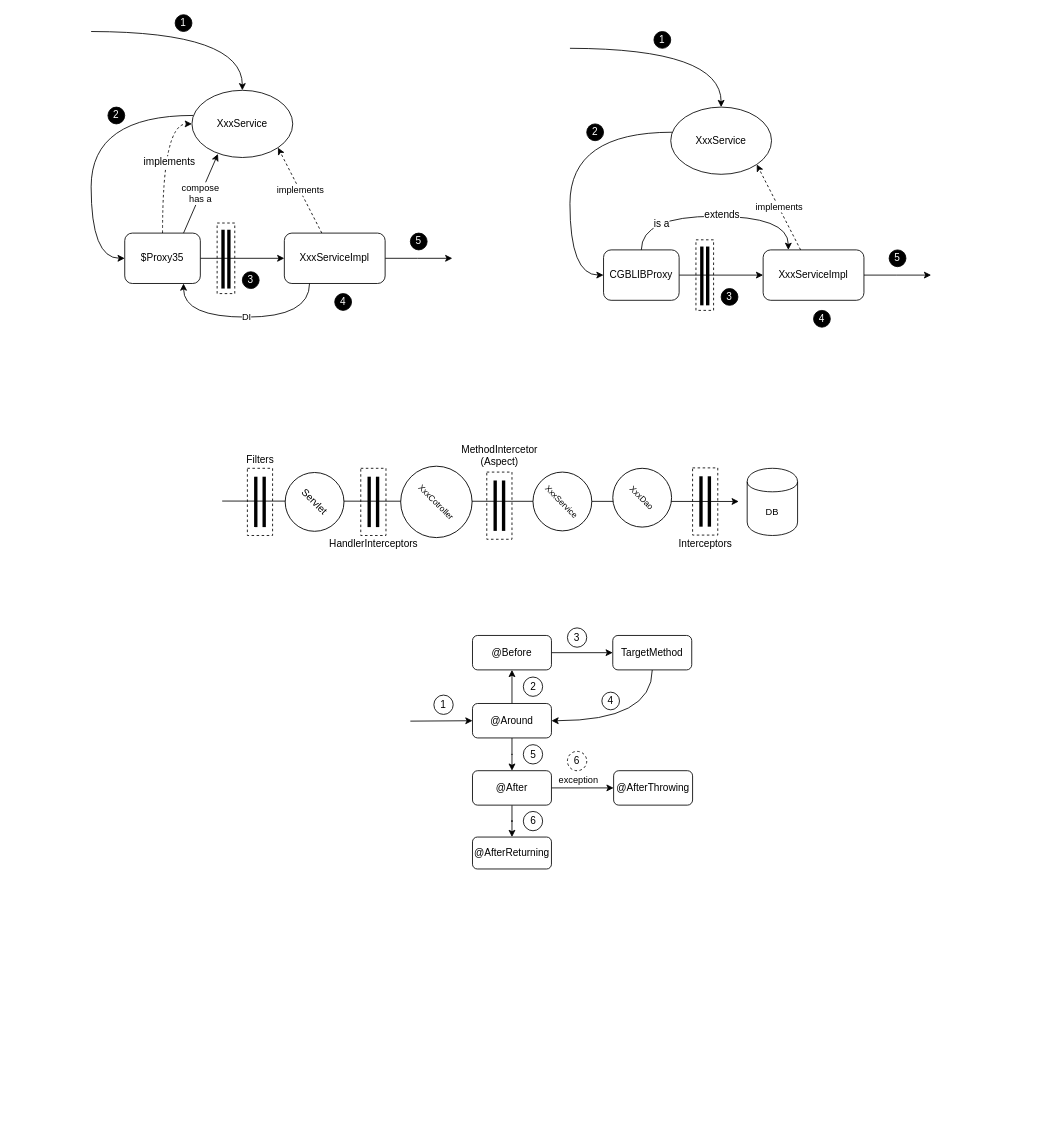
Above: AOP.drawio in Mark-Lee-AK/drawio (draw.io), before the change. Source tidied: cells renumbered, new cells numbered last; positions are measured from the earlier drawing's top-left corner, leaving out a move shared by most shapes. Both pictures are drawn from the tidied source at 84%, with x=0, y=0 at pixel (91, 14).
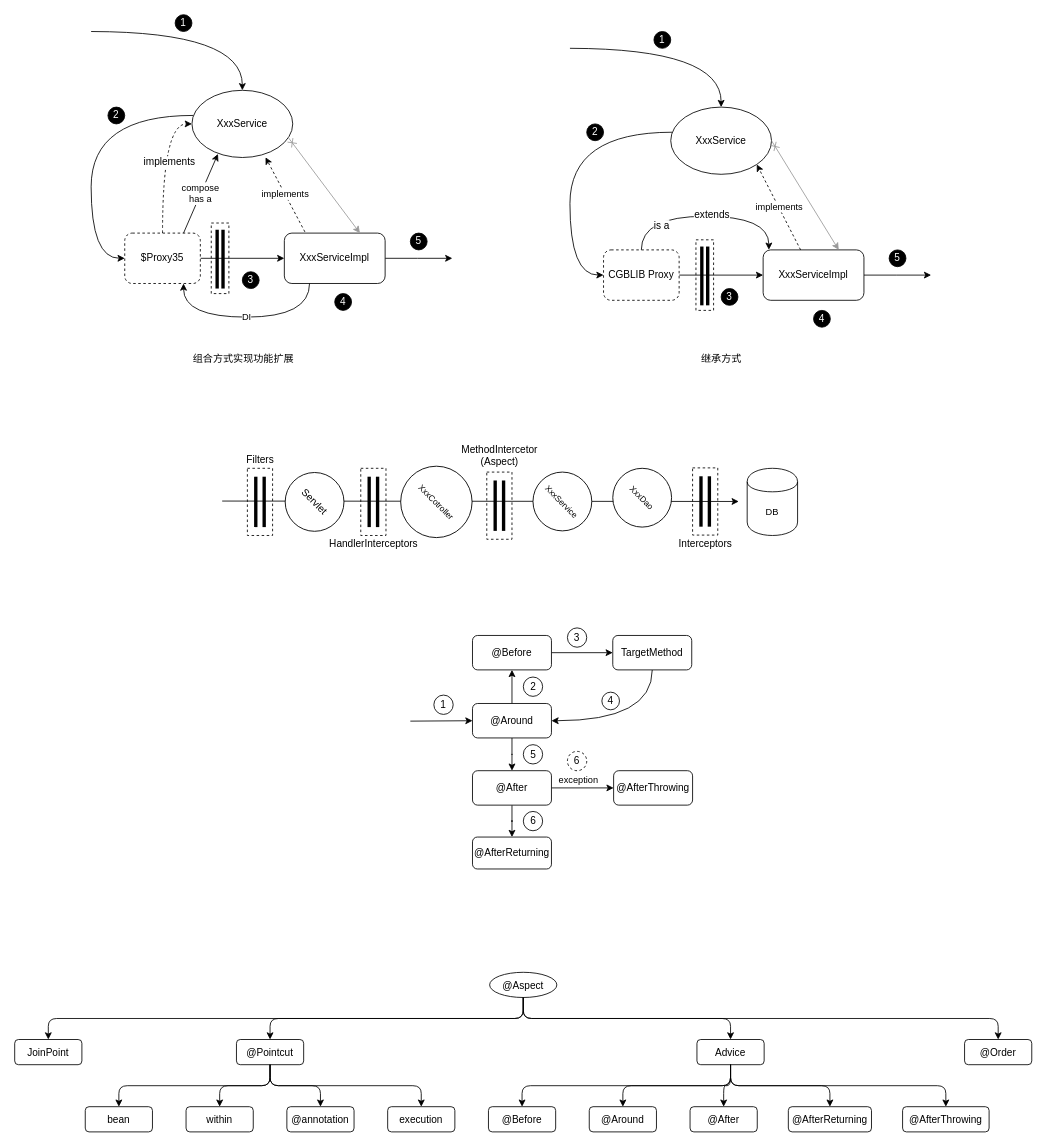
The same page after the edit.

Unchanged cells that the change refers to:
```xml
<mxCell id="11" value="XxxServiceImpl" style="rounded=1;whiteSpace=wrap;html=1;" parent="1" vertex="1">
  <mxGeometry x="230" y="260" width="120" height="60" as="geometry" />
</mxCell>
<mxCell id="13" value="XxxService" style="ellipse;whiteSpace=wrap;html=1;" parent="1" vertex="1">
  <mxGeometry x="120" y="90" width="120" height="80" as="geometry" />
</mxCell>
<mxCell id="31" value="XxxServiceImpl" style="rounded=1;whiteSpace=wrap;html=1;" parent="1" vertex="1">
  <mxGeometry x="800" y="280" width="120" height="60" as="geometry" />
</mxCell>
<mxCell id="33" value="XxxService" style="ellipse;whiteSpace=wrap;html=1;" parent="1" vertex="1">
  <mxGeometry x="690" y="110" width="120" height="80" as="geometry" />
</mxCell>
```

What changed in the source:
```diff
@@
     <mxCell id="6" style="rounded=0;whiteSpace=wrap;html=1;dashed=1;" parent="1" vertex="1">
-      <mxGeometry x="150" y="248" width="21" height="84" as="geometry" />
+      <mxGeometry x="143" y="248" width="21" height="84" as="geometry" />
     </mxCell>
     <mxCell id="7" style="endArrow=none;html=1;strokeWidth=4;" parent="1" edge="1">
       <mxGeometry relative="1" as="geometry">
-        <mxPoint x="157" y="326" as="sourcePoint" />
-        <mxPoint x="157" y="256" as="targetPoint" />
+        <mxPoint x="150" y="326" as="sourcePoint" />
+        <mxPoint x="150" y="256" as="targetPoint" />
       </mxGeometry>
     </mxCell>
     <mxCell id="8" style="endArrow=none;html=1;strokeWidth=4;" parent="1" edge="1">
       <mxGeometry relative="1" as="geometry">
-        <mxPoint x="164" y="326" as="sourcePoint" />
-        <mxPoint x="164" y="256" as="targetPoint" />
+        <mxPoint x="157" y="326" as="sourcePoint" />
+        <mxPoint x="157" y="256" as="targetPoint" />
       </mxGeometry>
     </mxCell>
-    <mxCell id="9" value="implements" style="rounded=0;jettySize=auto;html=1;entryX=1;entryY=1;entryDx=0;entryDy=0;dashed=1;" parent="1" edge="1" source="11" target="13">
+    <mxCell id="9" value="implements" style="rounded=0;jettySize=auto;html=1;entryX=0.73;entryY=0.997;entryDx=0;entryDy=0;dashed=1;entryPerimeter=0;exitX=0.204;exitY=-0.024;exitDx=0;exitDy=0;exitPerimeter=0;" parent="1" edge="1" source="11" target="13">
       <mxGeometry relative="1" as="geometry" />
     </mxCell>
@@
-    <mxCell id="17" value="$Proxy35" style="rounded=1;whiteSpace=wrap;html=1;" parent="1" vertex="1">
+    <mxCell id="17" value="$Proxy35" style="rounded=1;whiteSpace=wrap;html=1;dashed=1;" parent="1" vertex="1">
       <mxGeometry x="40" y="260" width="90" height="60" as="geometry" />
     </mxCell>
@@
-    <mxCell id="35" style="edgeStyle=orthogonalEdgeStyle;curved=1;rounded=0;jettySize=auto;html=1;entryX=0.25;entryY=0;entryDx=0;entryDy=0;startArrow=none;startFill=0;endArrow=classic;endFill=1;strokeWidth=1;exitX=0.5;exitY=0;exitDx=0;exitDy=0;" parent="1" edge="1" source="38" target="31">
+    <mxCell id="35" style="edgeStyle=orthogonalEdgeStyle;curved=1;rounded=0;jettySize=auto;html=1;entryX=0.057;entryY=-0.003;entryDx=0;entryDy=0;startArrow=none;startFill=0;endArrow=classic;endFill=1;strokeWidth=1;exitX=0.5;exitY=0;exitDx=0;exitDy=0;entryPerimeter=0;" parent="1" edge="1" source="38" target="31">
       <mxGeometry relative="1" as="geometry">
         <Array as="points">
           <mxPoint x="655" y="240" />
-          <mxPoint x="830" y="240" />
+          <mxPoint x="807" y="240" />
         </Array>
       </mxGeometry>
     </mxCell>
@@
-    <mxCell id="38" value="CGBLIBProxy" style="rounded=1;whiteSpace=wrap;html=1;" parent="1" vertex="1">
+    <mxCell id="38" value="CGBLIB Proxy" style="rounded=1;whiteSpace=wrap;html=1;dashed=1;" parent="1" vertex="1">
       <mxGeometry x="610" y="280" width="90" height="60" as="geometry" />
     </mxCell>
@@
+    <mxCell id="84" value="@Aspect" style="ellipse;" parent="1" vertex="1">
+      <mxGeometry x="474.4" y="1140" width="80" height="30" as="geometry" />
+    </mxCell>
+    <mxCell id="85" value="JoinPoint" style="rounded=1;" parent="1" vertex="1">
+      <mxGeometry x="-91" y="1220" width="80" height="30" as="geometry" />
+    </mxCell>
+    <mxCell id="86" style="edgeStyle=elbowEdgeStyle;elbow=vertical;" parent="1" edge="1" source="84" target="85">
+      <mxGeometry relative="1" as="geometry" />
+    </mxCell>
+    <mxCell id="87" value="@Pointcut" style="rounded=1;" parent="1" vertex="1">
+      <mxGeometry x="173" y="1220" width="80" height="30" as="geometry" />
+    </mxCell>
+    <mxCell id="88" style="edgeStyle=elbowEdgeStyle;elbow=vertical;" parent="1" edge="1" source="84" target="87">
+      <mxGeometry relative="1" as="geometry" />
+    </mxCell>
+    <mxCell id="89" value="Advice" style="rounded=1;" parent="1" vertex="1">
+      <mxGeometry x="721.2" y="1220" width="80" height="30" as="geometry" />
+    </mxCell>
+    <mxCell id="90" style="edgeStyle=elbowEdgeStyle;elbow=vertical;" parent="1" edge="1" source="84" target="89">
+      <mxGeometry relative="1" as="geometry" />
+    </mxCell>
+    <mxCell id="91" value="@Order" style="rounded=1;" parent="1" vertex="1">
+      <mxGeometry x="1039.8" y="1220" width="80" height="30" as="geometry" />
+    </mxCell>
+    <mxCell id="92" style="edgeStyle=elbowEdgeStyle;elbow=vertical;" parent="1" edge="1" source="84" target="91">
+      <mxGeometry relative="1" as="geometry" />
+    </mxCell>
+    <mxCell id="93" value="@Before" style="rounded=1;" parent="1" vertex="1">
+      <mxGeometry x="473" y="1300" width="80" height="30" as="geometry" />
+    </mxCell>
+    <mxCell id="94" style="edgeStyle=elbowEdgeStyle;elbow=vertical;" parent="1" edge="1" source="89" target="93">
+      <mxGeometry relative="1" as="geometry" />
+    </mxCell>
+    <mxCell id="95" value="@Around" style="rounded=1;" parent="1" vertex="1">
+      <mxGeometry x="593" y="1300" width="80" height="30" as="geometry" />
+    </mxCell>
+    <mxCell id="96" style="edgeStyle=elbowEdgeStyle;elbow=vertical;" parent="1" edge="1" source="89" target="95">
+      <mxGeometry relative="1" as="geometry" />
+    </mxCell>
+    <mxCell id="97" value="@After" style="rounded=1;" parent="1" vertex="1">
+      <mxGeometry x="713" y="1300" width="80" height="30" as="geometry" />
+    </mxCell>
+    <mxCell id="98" style="edgeStyle=elbowEdgeStyle;elbow=vertical;" parent="1" edge="1" source="89" target="97">
+      <mxGeometry relative="1" as="geometry" />
+    </mxCell>
+    <mxCell id="99" value="@AfterReturning" style="rounded=1;" parent="1" vertex="1">
+      <mxGeometry x="830" y="1300" width="99" height="30" as="geometry" />
+    </mxCell>
+    <mxCell id="100" style="edgeStyle=elbowEdgeStyle;elbow=vertical;" parent="1" edge="1" source="89" target="99">
+      <mxGeometry relative="1" as="geometry" />
+    </mxCell>
+    <mxCell id="101" value="@AfterThrowing" style="rounded=1;" parent="1" vertex="1">
+      <mxGeometry x="966" y="1300" width="103" height="30" as="geometry" />
+    </mxCell>
+    <mxCell id="102" style="edgeStyle=elbowEdgeStyle;elbow=vertical;" parent="1" edge="1" source="89" target="101">
+      <mxGeometry relative="1" as="geometry" />
+    </mxCell>
+    <mxCell id="103" value="bean" style="rounded=1;" parent="1" vertex="1">
+      <mxGeometry x="-7" y="1300" width="80" height="30" as="geometry" />
+    </mxCell>
+    <mxCell id="104" style="edgeStyle=elbowEdgeStyle;elbow=vertical;" parent="1" edge="1" source="87" target="103">
+      <mxGeometry relative="1" as="geometry" />
+    </mxCell>
+    <mxCell id="105" value="within" style="rounded=1;" parent="1" vertex="1">
+      <mxGeometry x="113" y="1300" width="80" height="30" as="geometry" />
+    </mxCell>
+    <mxCell id="106" style="edgeStyle=elbowEdgeStyle;elbow=vertical;" parent="1" edge="1" source="87" target="105">
+      <mxGeometry relative="1" as="geometry" />
+    </mxCell>
+    <mxCell id="107" value="@annotation" style="rounded=1;" parent="1" vertex="1">
+      <mxGeometry x="233" y="1300" width="80" height="30" as="geometry" />
+    </mxCell>
+    <mxCell id="108" style="edgeStyle=elbowEdgeStyle;elbow=vertical;" parent="1" edge="1" source="87" target="107">
+      <mxGeometry relative="1" as="geometry" />
+    </mxCell>
+    <mxCell id="109" value="execution" style="rounded=1;" parent="1" vertex="1">
+      <mxGeometry x="353" y="1300" width="80" height="30" as="geometry" />
+    </mxCell>
+    <mxCell id="110" style="edgeStyle=elbowEdgeStyle;elbow=vertical;" parent="1" edge="1" source="87" target="109">
+      <mxGeometry relative="1" as="geometry" />
+    </mxCell>
+    <mxCell id="111" value="组合方式实现功能扩展" style="text;html=1;strokeColor=none;fillColor=none;align=center;verticalAlign=middle;whiteSpace=wrap;rounded=0;dashed=1;fontSize=12;" parent="1" vertex="1">
+      <mxGeometry x="110" y="390" width="143" height="40" as="geometry" />
+    </mxCell>
+    <mxCell id="112" style="endArrow=classic;html=1;fontSize=12;exitX=0.955;exitY=0.701;exitDx=0;exitDy=0;entryX=0.75;entryY=0;entryDx=0;entryDy=0;exitPerimeter=0;startArrow=cross;startFill=0;strokeColor=#999999;" parent="1" edge="1" source="13" target="11">
+      <mxGeometry relative="1" as="geometry" />
+    </mxCell>
+    <mxCell id="113" value="继承方式" style="text;html=1;strokeColor=none;fillColor=none;align=center;verticalAlign=middle;whiteSpace=wrap;rounded=0;dashed=1;fontSize=12;" parent="1" vertex="1">
+      <mxGeometry x="678.5" y="390" width="143" height="40" as="geometry" />
+    </mxCell>
+    <mxCell id="114" style="endArrow=classic;html=1;strokeColor=#999999;fontSize=12;exitX=1;exitY=0.5;exitDx=0;exitDy=0;entryX=0.75;entryY=0;entryDx=0;entryDy=0;startArrow=cross;startFill=0;" parent="1" edge="1" source="33" target="31">
+      <mxGeometry relative="1" as="geometry" />
+    </mxCell>
```
